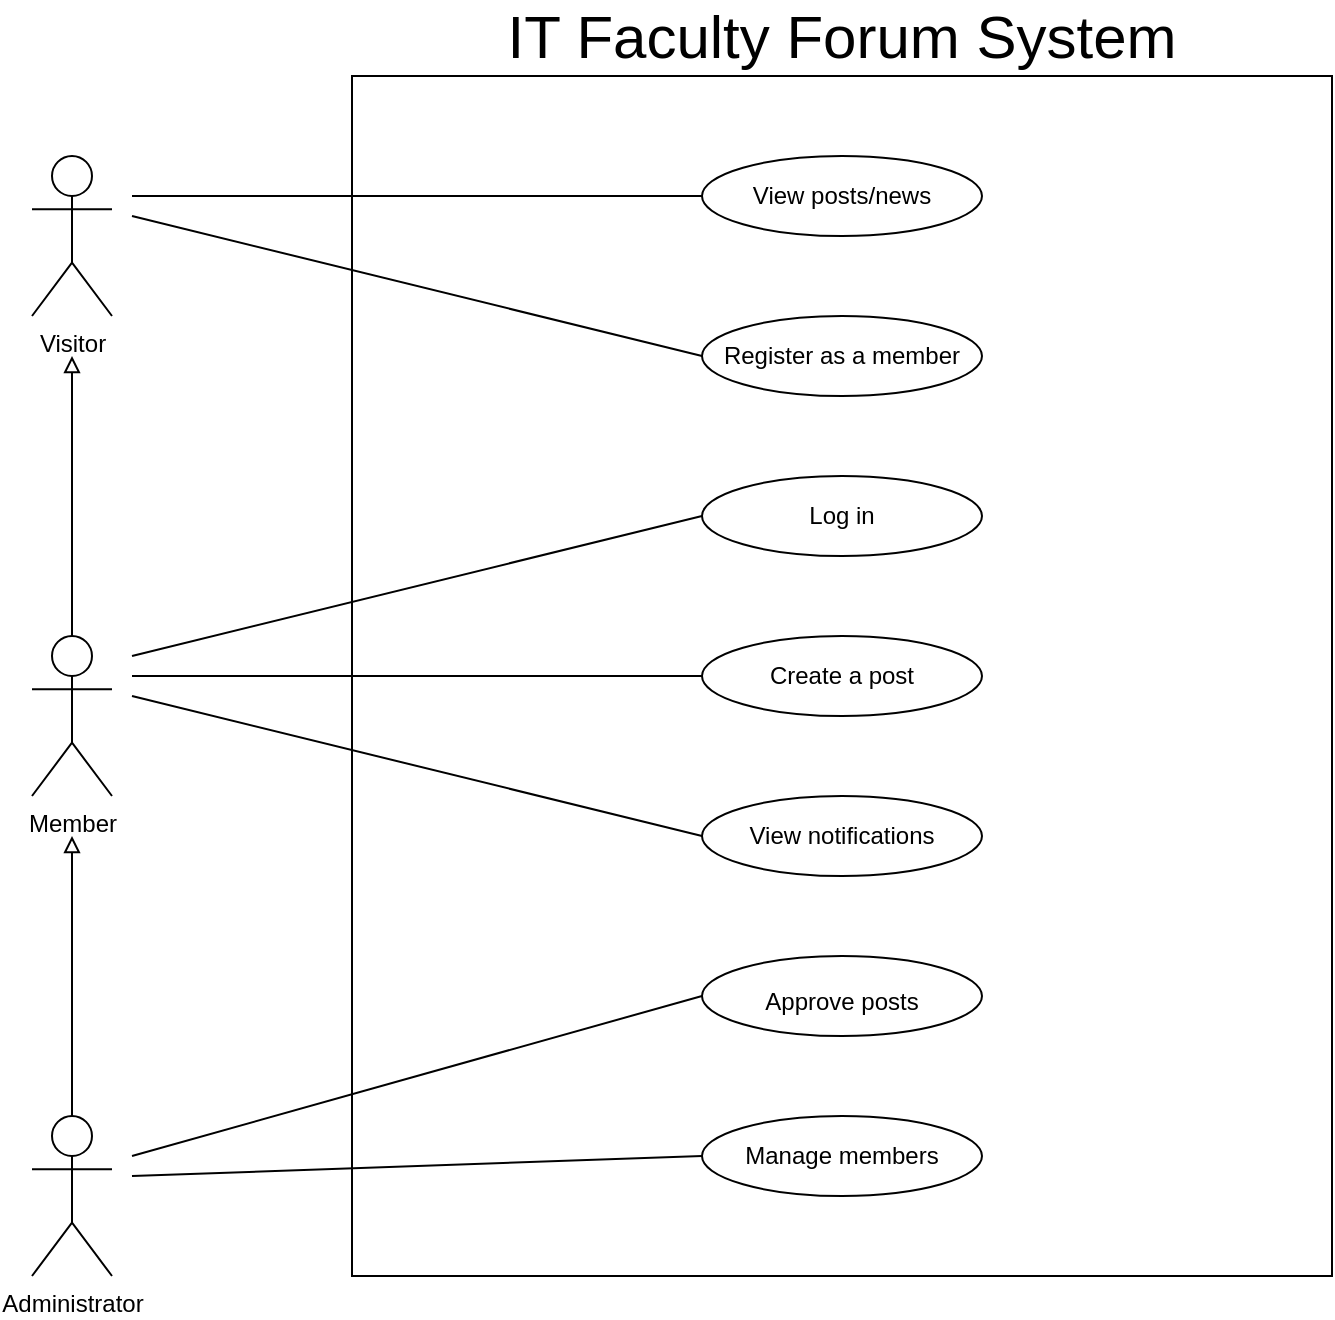
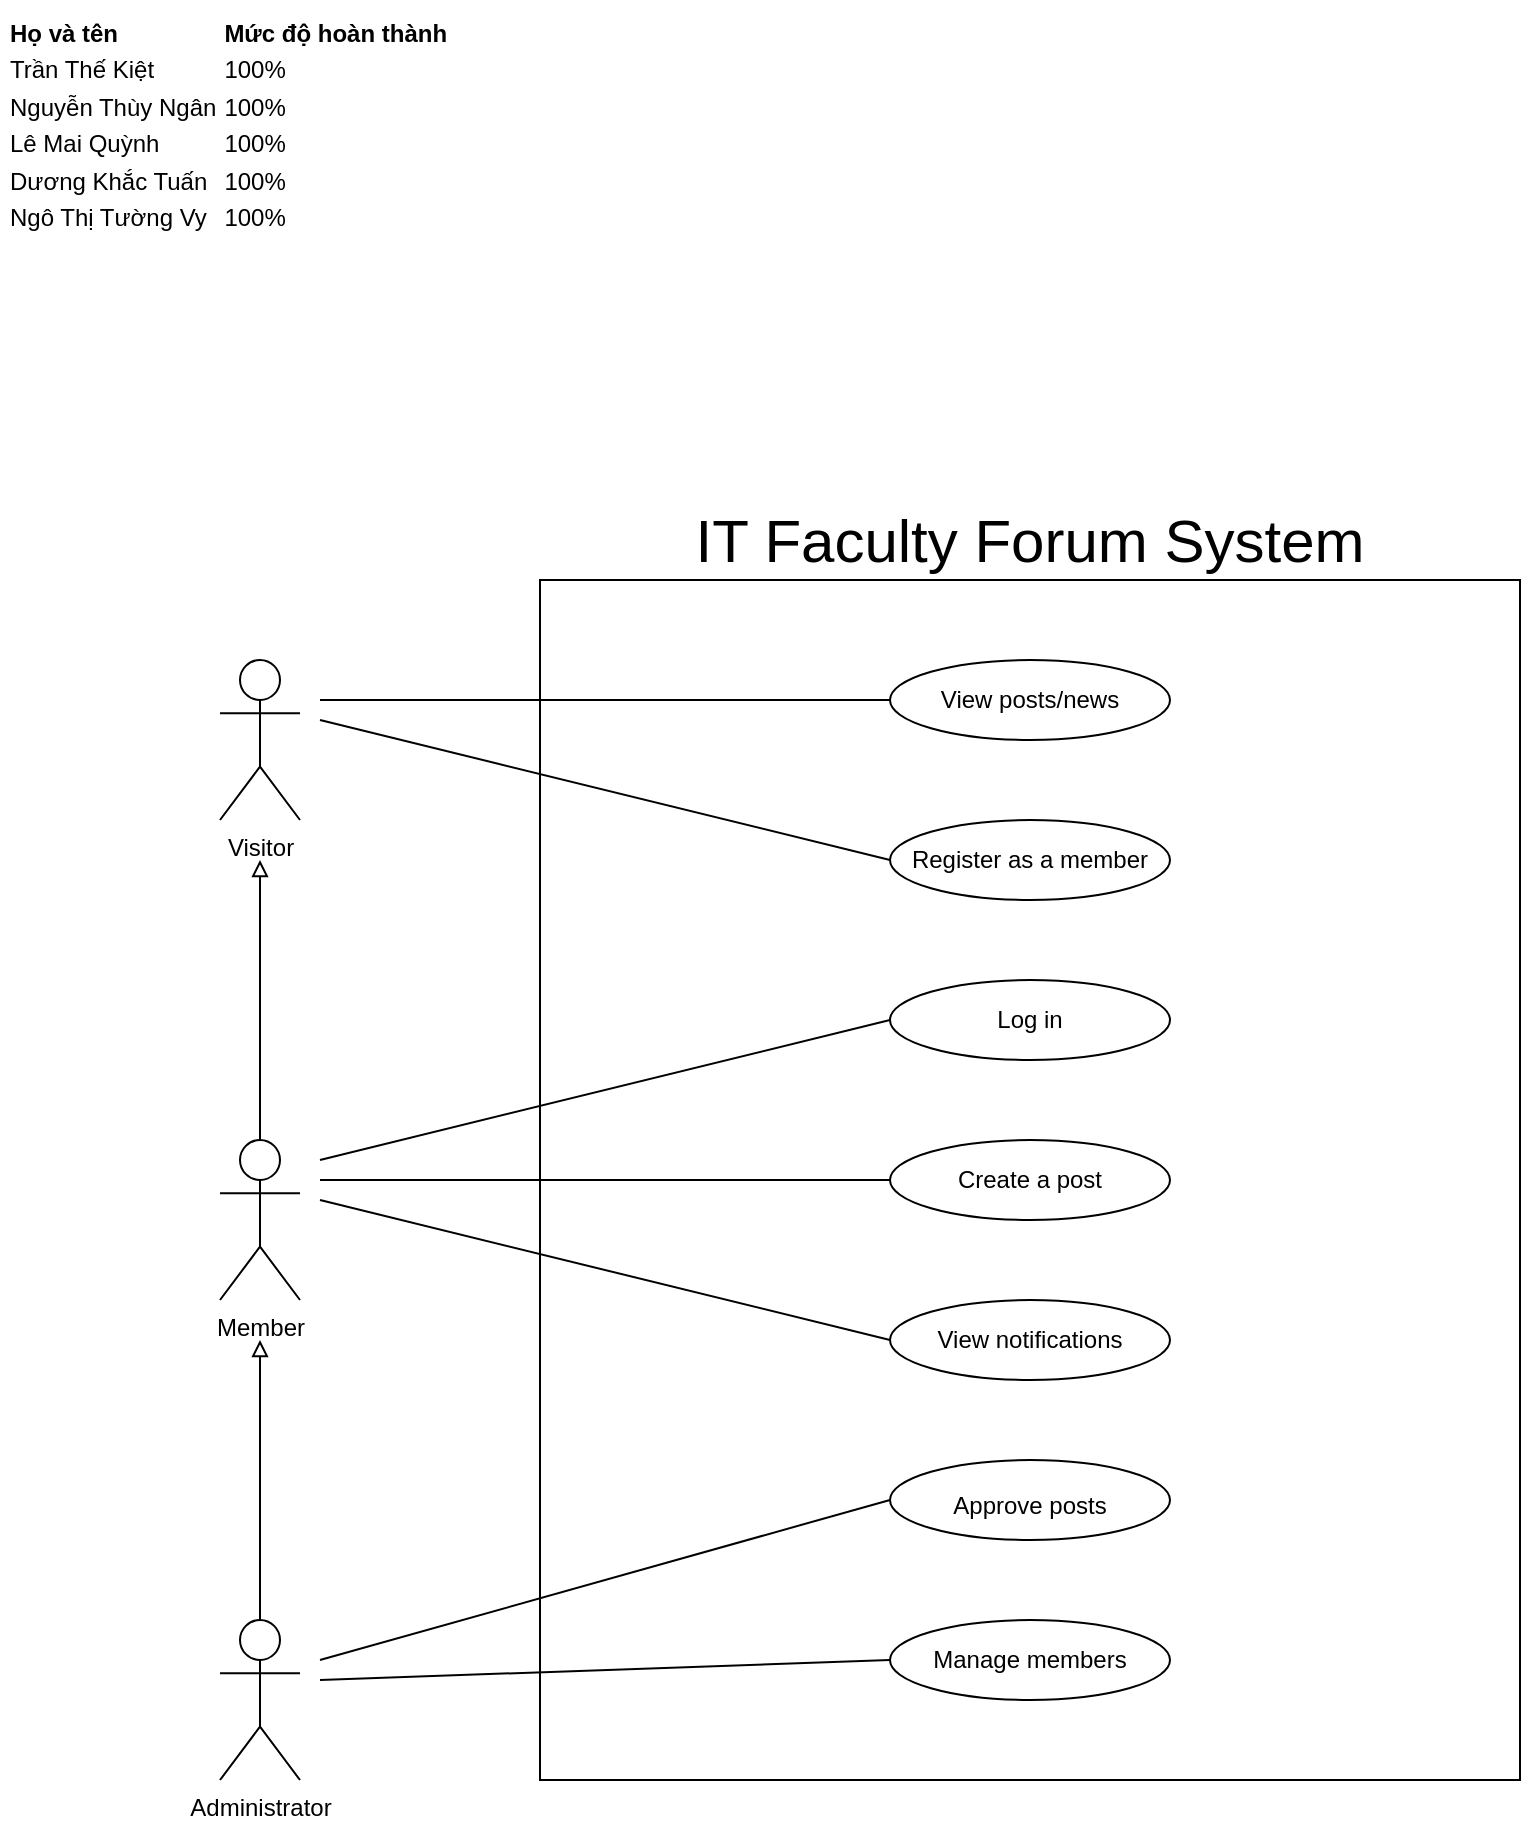
<mxfile host="app.diagrams.net" pages="3">
  <diagram name="UseCaseLevel1" id="R5SArAZ-sp13xk5E453y">
-     <mxGraphModel dx="1654" dy="918" grid="1" gridSize="10" guides="1" tooltips="1" connect="1" arrows="1" fold="1" page="1" pageScale="1" pageWidth="1169" pageHeight="1654" math="0" shadow="0">
+     <mxGraphModel dx="1406" dy="2434" grid="1" gridSize="10" guides="1" tooltips="1" connect="1" arrows="1" fold="1" page="1" pageScale="1" pageWidth="1169" pageHeight="1654" math="0" shadow="0">
      <root>
        <mxCell id="0" />
        <mxCell id="1" parent="0" />
        <mxCell id="h2pIs2B6fA9uW1FB1x-K-3" parent="1" style="rounded=0;whiteSpace=wrap;html=1;fillColor=none;" value="" vertex="1">
          <mxGeometry height="600" width="490" x="340" y="40" as="geometry" />
        </mxCell>
        <mxCell id="h2pIs2B6fA9uW1FB1x-K-4" parent="1" style="shape=umlActor;verticalLabelPosition=bottom;verticalAlign=top;html=1;" value="Visitor" vertex="1">
          <mxGeometry height="80" width="40" x="180" y="80" as="geometry" />
        </mxCell>
        <mxCell id="h2pIs2B6fA9uW1FB1x-K-9" edge="1" parent="1" source="h2pIs2B6fA9uW1FB1x-K-5" style="endArrow=block;endFill=0;">
          <mxGeometry relative="1" as="geometry">
            <mxPoint x="200" y="180" as="targetPoint" />
          </mxGeometry>
        </mxCell>
        <mxCell id="h2pIs2B6fA9uW1FB1x-K-5" parent="1" style="shape=umlActor;verticalLabelPosition=bottom;verticalAlign=top;html=1;" value="Member" vertex="1">
          <mxGeometry height="80" width="40" x="180" y="320" as="geometry" />
        </mxCell>
        <mxCell id="h2pIs2B6fA9uW1FB1x-K-8" edge="1" parent="1" source="h2pIs2B6fA9uW1FB1x-K-6" style="endArrow=block;endFill=0;">
          <mxGeometry relative="1" as="geometry">
            <mxPoint x="200" y="550" as="sourcePoint" />
            <mxPoint x="200" y="420" as="targetPoint" />
          </mxGeometry>
        </mxCell>
        <mxCell id="h2pIs2B6fA9uW1FB1x-K-6" parent="1" style="shape=umlActor;verticalLabelPosition=bottom;verticalAlign=top;html=1;" value="Administrator" vertex="1">
          <mxGeometry height="80" width="40" x="180" y="560" as="geometry" />
        </mxCell>
        <mxCell id="h2pIs2B6fA9uW1FB1x-K-10" parent="1" style="ellipse;whiteSpace=wrap;html=1;" value="View posts/news" vertex="1">
          <mxGeometry height="40" width="140" x="515" y="80" as="geometry" />
        </mxCell>
        <mxCell id="h2pIs2B6fA9uW1FB1x-K-11" parent="1" style="ellipse;whiteSpace=wrap;html=1;" value="Register as a member" vertex="1">
          <mxGeometry height="40" width="140" x="515" y="160" as="geometry" />
        </mxCell>
        <mxCell id="h2pIs2B6fA9uW1FB1x-K-12" parent="1" style="ellipse;whiteSpace=wrap;html=1;" value="Manage members" vertex="1">
          <mxGeometry height="40" width="140" x="515" y="560" as="geometry" />
        </mxCell>
        <mxCell id="h2pIs2B6fA9uW1FB1x-K-13" parent="1" style="ellipse;whiteSpace=wrap;html=1;" value="&lt;table&gt;&lt;tbody&gt;&lt;tr&gt;&lt;td data-start=&quot;483&quot; data-end=&quot;500&quot; data-col-size=&quot;sm&quot;&gt;&lt;/td&gt;&lt;/tr&gt;&lt;/tbody&gt;&lt;/table&gt;&lt;table&gt;&lt;tbody&gt;&lt;tr&gt;&lt;td data-start=&quot;500&quot; data-end=&quot;517&quot; data-col-size=&quot;sm&quot;&gt;Approve posts&lt;/td&gt;&lt;/tr&gt;&lt;/tbody&gt;&lt;/table&gt;" vertex="1">
          <mxGeometry height="40" width="140" x="515" y="480" as="geometry" />
        </mxCell>
        <mxCell id="h2pIs2B6fA9uW1FB1x-K-14" parent="1" style="ellipse;whiteSpace=wrap;html=1;" value="View notifications" vertex="1">
          <mxGeometry height="40" width="140" x="515" y="400" as="geometry" />
        </mxCell>
        <mxCell id="h2pIs2B6fA9uW1FB1x-K-15" parent="1" style="ellipse;whiteSpace=wrap;html=1;" value="Create a post" vertex="1">
          <mxGeometry height="40" width="140" x="515" y="320" as="geometry" />
        </mxCell>
        <mxCell id="h2pIs2B6fA9uW1FB1x-K-16" parent="1" style="ellipse;whiteSpace=wrap;html=1;" value="Log in" vertex="1">
          <mxGeometry height="40" width="140" x="515" y="240" as="geometry" />
        </mxCell>
        <mxCell id="h2pIs2B6fA9uW1FB1x-K-17" edge="1" parent="1" style="endArrow=none;html=1;rounded=0;entryX=0;entryY=0.5;entryDx=0;entryDy=0;" target="h2pIs2B6fA9uW1FB1x-K-10" value="">
          <mxGeometry height="50" relative="1" width="50" as="geometry">
            <mxPoint x="230" y="100" as="sourcePoint" />
            <mxPoint x="280" y="50" as="targetPoint" />
          </mxGeometry>
        </mxCell>
        <mxCell id="h2pIs2B6fA9uW1FB1x-K-18" edge="1" parent="1" style="endArrow=none;html=1;rounded=0;entryX=0;entryY=0.5;entryDx=0;entryDy=0;" target="h2pIs2B6fA9uW1FB1x-K-11" value="">
          <mxGeometry height="50" relative="1" width="50" as="geometry">
            <mxPoint x="230" y="110" as="sourcePoint" />
            <mxPoint x="380" y="140" as="targetPoint" />
          </mxGeometry>
        </mxCell>
        <mxCell id="h2pIs2B6fA9uW1FB1x-K-19" edge="1" parent="1" style="endArrow=none;html=1;rounded=0;entryX=0;entryY=0.5;entryDx=0;entryDy=0;" target="h2pIs2B6fA9uW1FB1x-K-16" value="">
          <mxGeometry height="50" relative="1" width="50" as="geometry">
            <mxPoint x="230" y="330" as="sourcePoint" />
            <mxPoint x="280" y="280" as="targetPoint" />
          </mxGeometry>
        </mxCell>
        <mxCell id="h2pIs2B6fA9uW1FB1x-K-20" edge="1" parent="1" style="endArrow=none;html=1;rounded=0;entryX=0;entryY=0.5;entryDx=0;entryDy=0;" target="h2pIs2B6fA9uW1FB1x-K-15" value="">
          <mxGeometry height="50" relative="1" width="50" as="geometry">
            <mxPoint x="230" y="340" as="sourcePoint" />
            <mxPoint x="400" y="430" as="targetPoint" />
          </mxGeometry>
        </mxCell>
        <mxCell id="h2pIs2B6fA9uW1FB1x-K-21" edge="1" parent="1" style="endArrow=none;html=1;rounded=0;entryX=0;entryY=0.5;entryDx=0;entryDy=0;" target="h2pIs2B6fA9uW1FB1x-K-14" value="">
          <mxGeometry height="50" relative="1" width="50" as="geometry">
            <mxPoint x="230" y="350" as="sourcePoint" />
            <mxPoint x="400" y="430" as="targetPoint" />
          </mxGeometry>
        </mxCell>
        <mxCell id="h2pIs2B6fA9uW1FB1x-K-22" edge="1" parent="1" style="endArrow=none;html=1;rounded=0;entryX=0;entryY=0.5;entryDx=0;entryDy=0;" target="h2pIs2B6fA9uW1FB1x-K-13" value="">
          <mxGeometry height="50" relative="1" width="50" as="geometry">
            <mxPoint x="230" y="580" as="sourcePoint" />
            <mxPoint x="470" y="480" as="targetPoint" />
          </mxGeometry>
        </mxCell>
        <mxCell id="h2pIs2B6fA9uW1FB1x-K-23" edge="1" parent="1" style="endArrow=none;html=1;rounded=0;entryX=0;entryY=0.5;entryDx=0;entryDy=0;" target="h2pIs2B6fA9uW1FB1x-K-12" value="">
          <mxGeometry height="50" relative="1" width="50" as="geometry">
            <mxPoint x="230" y="590" as="sourcePoint" />
            <mxPoint x="450" y="450" as="targetPoint" />
          </mxGeometry>
        </mxCell>
        <mxCell id="C04jKtBo_vdliFKvRf8y-1" parent="1" style="text;html=1;whiteSpace=wrap;strokeColor=none;fillColor=none;align=center;verticalAlign=middle;rounded=0;fontSize=30;" value="IT Faculty Forum System" vertex="1">
          <mxGeometry height="30" width="420" x="375" y="5" as="geometry" />
+         </mxCell>
+         <mxCell id="89xbub1j4bfNiErm5dUX-1" parent="1" style="text;whiteSpace=wrap;html=1;" value="&lt;table&gt;&lt;thead&gt;&lt;tr&gt;&lt;th&gt;Họ và tên&lt;/th&gt;&lt;th&gt;Mức độ hoàn thành&lt;/th&gt;&lt;/tr&gt;&lt;/thead&gt;&lt;tbody&gt;&lt;tr&gt;&lt;td&gt;Trần Thế Kiệt&lt;/td&gt;&lt;td&gt;100%&lt;/td&gt;&lt;/tr&gt;&lt;tr&gt;&lt;td&gt;Nguyễn Thùy Ngân&lt;/td&gt;&lt;td&gt;100%&lt;/td&gt;&lt;/tr&gt;&lt;tr&gt;&lt;td&gt;Lê Mai Quỳnh&lt;/td&gt;&lt;td&gt;100%&lt;/td&gt;&lt;/tr&gt;&lt;tr&gt;&lt;td&gt;Dương Khắc Tuấn&lt;/td&gt;&lt;td&gt;100%&lt;/td&gt;&lt;/tr&gt;&lt;tr&gt;&lt;td&gt;Ngô Thị Tường Vy&lt;/td&gt;&lt;td&gt;100%&lt;/td&gt;&lt;/tr&gt;&lt;/tbody&gt;&lt;/table&gt;" vertex="1">
+           <mxGeometry height="140" width="260" x="70" y="-250" as="geometry" />
        </mxCell>
      </root>
    </mxGraphModel>
  </diagram>
  <diagram id="GyQeJO6hl7p-9kbhmS7M" name="UseCaseLevel2-Thành viên">
    <mxGraphModel dx="1758" dy="2075" grid="1" gridSize="10" guides="1" tooltips="1" connect="1" arrows="1" fold="1" page="1" pageScale="1" pageWidth="850" pageHeight="1100" math="0" shadow="0">
      <root>
        <mxCell id="0" />
        <mxCell id="1" parent="0" />
        <mxCell id="actor" parent="1" style="shape=umlActor;verticalLabelPosition=bottom;verticalAlign=top;" value="Member" vertex="1">
          <mxGeometry height="100" width="50" x="60" y="280" as="geometry" />
        </mxCell>
        <mxCell id="uc_register" parent="1" style="ellipse;whiteSpace=wrap;html=1;" value="Register" vertex="1">
          <mxGeometry height="60" width="140" x="290" y="70" as="geometry" />
        </mxCell>
        <mxCell id="uc_login" parent="1" style="ellipse;whiteSpace=wrap;html=1;" value="Log in" vertex="1">
          <mxGeometry height="60" width="140" x="320" y="220" as="geometry" />
        </mxCell>
        <mxCell id="uc_post" parent="1" style="ellipse;whiteSpace=wrap;html=1;" value="Create a post" vertex="1">
          <mxGeometry height="60" width="140" x="320" y="380" as="geometry" />
        </mxCell>
        <mxCell id="uc_notify" parent="1" style="ellipse;whiteSpace=wrap;html=1;" value="View notifications" vertex="1">
          <mxGeometry height="60" width="180" x="320" y="590" as="geometry" />
        </mxCell>
        <mxCell id="uc_info" parent="1" style="ellipse;whiteSpace=wrap;html=1;" value="Enter information" vertex="1">
          <mxGeometry height="60" width="170" x="650" y="40" as="geometry" />
        </mxCell>
        <mxCell id="uc_validate" parent="1" style="ellipse;whiteSpace=wrap;html=1;" value="Validate information" vertex="1">
          <mxGeometry height="60" width="170" x="657" y="110" as="geometry" />
        </mxCell>
        <mxCell id="uc_create" parent="1" style="ellipse;whiteSpace=wrap;html=1;" value="Create account" vertex="1">
          <mxGeometry height="60" width="170" x="650" y="180" as="geometry" />
        </mxCell>
        <mxCell id="uc_inputlogin" parent="1" style="ellipse;whiteSpace=wrap;html=1;" value="Enter account credentials" vertex="1">
          <mxGeometry height="60" width="170" x="670" y="260" as="geometry" />
        </mxCell>
        <mxCell id="uc_auth" parent="1" style="ellipse;whiteSpace=wrap;html=1;" value="Authenticate account" vertex="1">
          <mxGeometry height="60" width="170" x="657" y="350" as="geometry" />
        </mxCell>
        <mxCell id="uc_write" parent="1" style="ellipse;whiteSpace=wrap;html=1;" value="Compose post" vertex="1">
          <mxGeometry height="60" width="180" x="790" y="390" as="geometry" />
        </mxCell>
        <mxCell id="uc_upload" parent="1" style="ellipse;whiteSpace=wrap;html=1;" value="Upload images" vertex="1">
          <mxGeometry height="60" width="180" x="790" y="460" as="geometry" />
        </mxCell>
        <mxCell id="uc_save" parent="1" style="ellipse;whiteSpace=wrap;html=1;" value="Save post" vertex="1">
          <mxGeometry height="60" width="180" x="690" y="530" as="geometry" />
        </mxCell>
        <mxCell id="uc_detailnotify" parent="1" style="ellipse;whiteSpace=wrap;html=1;" value="View notification details" vertex="1">
          <mxGeometry height="60" width="220" x="670" y="600" as="geometry" />
        </mxCell>
        <mxCell id="a1" edge="1" parent="1" source="actor" target="uc_register">
          <mxGeometry relative="1" as="geometry" />
        </mxCell>
        <mxCell id="a2" edge="1" parent="1" source="actor" target="uc_login">
          <mxGeometry relative="1" as="geometry" />
        </mxCell>
        <mxCell id="a3" edge="1" parent="1" source="actor" target="uc_post">
          <mxGeometry relative="1" as="geometry" />
        </mxCell>
        <mxCell id="a4" edge="1" parent="1" source="actor" target="uc_notify">
          <mxGeometry relative="1" as="geometry" />
        </mxCell>
        <mxCell id="i1" edge="1" parent="1" source="uc_register" style="dashed=1;endArrow=open;" target="uc_info" value="&lt;&lt;include&gt;&gt;">
          <mxGeometry relative="1" as="geometry" />
        </mxCell>
        <mxCell id="i2" edge="1" parent="1" source="uc_register" style="dashed=1;endArrow=open;" target="uc_validate" value="&lt;&lt;include&gt;&gt;">
          <mxGeometry relative="1" as="geometry" />
        </mxCell>
        <mxCell id="i3" edge="1" parent="1" source="uc_register" style="dashed=1;endArrow=open;" target="uc_create" value="&lt;&lt;include&gt;&gt;">
          <mxGeometry relative="1" as="geometry" />
        </mxCell>
        <mxCell id="i4" edge="1" parent="1" source="uc_login" style="dashed=1;endArrow=open;" target="uc_inputlogin" value="&lt;&lt;include&gt;&gt;">
          <mxGeometry relative="1" as="geometry" />
        </mxCell>
        <mxCell id="i5" edge="1" parent="1" source="uc_login" style="dashed=1;endArrow=open;" target="uc_auth" value="&lt;&lt;include&gt;&gt;">
          <mxGeometry relative="1" as="geometry" />
        </mxCell>
        <mxCell id="i6" edge="1" parent="1" source="uc_post" style="dashed=1;endArrow=open;" target="uc_write" value="&lt;&lt;include&gt;&gt;">
          <mxGeometry relative="1" as="geometry" />
        </mxCell>
        <mxCell id="i7" edge="1" parent="1" source="uc_post" style="dashed=1;endArrow=open;" target="uc_upload" value="&lt;&lt;include&gt;&gt;">
          <mxGeometry relative="1" as="geometry" />
        </mxCell>
        <mxCell id="i8" edge="1" parent="1" source="uc_post" style="dashed=1;endArrow=open;" target="uc_save" value="&lt;&lt;include&gt;&gt;">
          <mxGeometry relative="1" as="geometry" />
        </mxCell>
        <mxCell id="e1" edge="1" parent="1" source="uc_detailnotify" style="dashed=1;endArrow=open;" target="uc_notify" value="&lt;&lt;extend&gt;&gt;">
          <mxGeometry relative="1" as="geometry" />
        </mxCell>
        <mxCell id="G4jS8mM4TshF-VcKEbw7-3" parent="1" style="shape=swimlane;whiteSpace=wrap;html=1;startSize=30;bg opacity=0;strokeWidth=2;fontSize=14;fontStyle=1;align=center;" value="Forum System - Post Management" vertex="1">
          <mxGeometry height="690" width="770" x="230" y="-10" as="geometry" />
        </mxCell>
      </root>
    </mxGraphModel>
  </diagram>
  <diagram id="z6pwPU0jgT7hWzZQxbqI" name="UseCaseLevel2-Quản Trị Viên">
    <mxGraphModel dx="1406" dy="-389" grid="1" gridSize="10" guides="1" tooltips="1" connect="1" arrows="1" fold="1" page="1" pageScale="1" pageWidth="827" pageHeight="1169" math="0" shadow="0">
      <root>
        <mxCell id="0" />
        <mxCell id="1" parent="0" />
        <mxCell id="K5wDziJRcuBpRpGTvvNH-1" parent="1" style="shape=umlActor;verticalLabelPosition=bottom;verticalAlign=top;html=1;outlineConnect=0;" value="Administrator" vertex="1">
          <mxGeometry height="80" width="40" x="120" y="1450" as="geometry" />
        </mxCell>
        <mxCell id="K5wDziJRcuBpRpGTvvNH-2" parent="1" style="swimlane;whiteSpace=wrap;html=1;fillColor=#F8FFCC;" value="ADMINISTRATOR - POST APPROVAL" vertex="1">
          <mxGeometry height="520" width="440" x="200" y="1200" as="geometry" />
        </mxCell>
        <mxCell id="K5wDziJRcuBpRpGTvvNH-3" parent="K5wDziJRcuBpRpGTvvNH-2" style="ellipse;whiteSpace=wrap;html=1;" value="Log in" vertex="1">
          <mxGeometry height="70" width="120" x="60" y="80" as="geometry" />
        </mxCell>
        <mxCell id="K5wDziJRcuBpRpGTvvNH-4" parent="K5wDziJRcuBpRpGTvvNH-2" style="ellipse;whiteSpace=wrap;html=1;" value="Approve posts" vertex="1">
          <mxGeometry height="70" width="120" x="60" y="262" as="geometry" />
        </mxCell>
        <mxCell id="K5wDziJRcuBpRpGTvvNH-5" parent="K5wDziJRcuBpRpGTvvNH-2" style="ellipse;whiteSpace=wrap;html=1;" value="Accept post" vertex="1">
          <mxGeometry height="70" width="120" x="267" y="179" as="geometry" />
        </mxCell>
        <mxCell id="K5wDziJRcuBpRpGTvvNH-6" parent="K5wDziJRcuBpRpGTvvNH-2" style="ellipse;whiteSpace=wrap;html=1;" value="Reject post" vertex="1">
          <mxGeometry height="70" width="120" x="267" y="306" as="geometry" />
        </mxCell>
        <mxCell id="K5wDziJRcuBpRpGTvvNH-7" edge="1" parent="K5wDziJRcuBpRpGTvvNH-2" source="K5wDziJRcuBpRpGTvvNH-4" style="endArrow=classic;html=1;rounded=0;dashed=1;entryX=0.5;entryY=1;entryDx=0;entryDy=0;exitX=0.5;exitY=0;exitDx=0;exitDy=0;" target="K5wDziJRcuBpRpGTvvNH-3" value="">
          <mxGeometry relative="1" as="geometry">
            <mxPoint x="140" y="196" as="sourcePoint" />
            <mxPoint x="240" y="196" as="targetPoint" />
          </mxGeometry>
        </mxCell>
        <mxCell id="K5wDziJRcuBpRpGTvvNH-8" connectable="0" parent="K5wDziJRcuBpRpGTvvNH-7" style="edgeLabel;resizable=0;html=1;;align=center;verticalAlign=middle;" value="include" vertex="1">
          <mxGeometry relative="1" as="geometry" />
        </mxCell>
        <mxCell id="K5wDziJRcuBpRpGTvvNH-9" parent="K5wDziJRcuBpRpGTvvNH-2" style="ellipse;whiteSpace=wrap;html=1;" value="Enter rejection reason" vertex="1">
          <mxGeometry height="70" width="120" x="160" y="410" as="geometry" />
        </mxCell>
        <mxCell id="K5wDziJRcuBpRpGTvvNH-10" edge="1" parent="K5wDziJRcuBpRpGTvvNH-2" source="K5wDziJRcuBpRpGTvvNH-5" style="endArrow=classic;html=1;rounded=0;dashed=1;entryX=1;entryY=0;entryDx=0;entryDy=0;exitX=0;exitY=0.5;exitDx=0;exitDy=0;" target="K5wDziJRcuBpRpGTvvNH-4" value="">
          <mxGeometry relative="1" as="geometry">
            <mxPoint x="253" y="352" as="sourcePoint" />
            <mxPoint x="253" y="240" as="targetPoint" />
          </mxGeometry>
        </mxCell>
        <mxCell id="K5wDziJRcuBpRpGTvvNH-11" connectable="0" parent="K5wDziJRcuBpRpGTvvNH-10" style="edgeLabel;resizable=0;html=1;;align=center;verticalAlign=middle;" value="extend" vertex="1">
          <mxGeometry relative="1" as="geometry" />
        </mxCell>
        <mxCell id="K5wDziJRcuBpRpGTvvNH-12" edge="1" parent="K5wDziJRcuBpRpGTvvNH-2" source="K5wDziJRcuBpRpGTvvNH-6" style="endArrow=classic;html=1;rounded=0;dashed=1;entryX=1;entryY=1;entryDx=0;entryDy=0;exitX=0;exitY=0.5;exitDx=0;exitDy=0;" target="K5wDziJRcuBpRpGTvvNH-4" value="">
          <mxGeometry relative="1" as="geometry">
            <mxPoint x="355" y="305" as="sourcePoint" />
            <mxPoint x="251" y="363" as="targetPoint" />
          </mxGeometry>
        </mxCell>
        <mxCell id="K5wDziJRcuBpRpGTvvNH-13" connectable="0" parent="K5wDziJRcuBpRpGTvvNH-12" style="edgeLabel;resizable=0;html=1;;align=center;verticalAlign=middle;" value="extend" vertex="1">
          <mxGeometry relative="1" as="geometry" />
        </mxCell>
        <mxCell id="K5wDziJRcuBpRpGTvvNH-14" edge="1" parent="K5wDziJRcuBpRpGTvvNH-2" source="K5wDziJRcuBpRpGTvvNH-6" style="endArrow=classic;html=1;rounded=0;dashed=1;entryX=1;entryY=0;entryDx=0;entryDy=0;exitX=0.227;exitY=0.941;exitDx=0;exitDy=0;exitPerimeter=0;" target="K5wDziJRcuBpRpGTvvNH-9" value="">
          <mxGeometry relative="1" as="geometry">
            <mxPoint x="306" y="509" as="sourcePoint" />
            <mxPoint x="306" y="397" as="targetPoint" />
          </mxGeometry>
        </mxCell>
        <mxCell id="K5wDziJRcuBpRpGTvvNH-15" connectable="0" parent="K5wDziJRcuBpRpGTvvNH-14" style="edgeLabel;resizable=0;html=1;;align=center;verticalAlign=middle;" value="include" vertex="1">
          <mxGeometry relative="1" as="geometry" />
        </mxCell>
        <mxCell id="K5wDziJRcuBpRpGTvvNH-16" edge="1" parent="1" style="endArrow=classic;html=1;rounded=0;entryX=0;entryY=1;entryDx=0;entryDy=0;" target="K5wDziJRcuBpRpGTvvNH-3" value="">
          <mxGeometry height="50" relative="1" width="50" as="geometry">
            <mxPoint x="170" y="1470" as="sourcePoint" />
            <mxPoint x="360" y="1440" as="targetPoint" />
          </mxGeometry>
        </mxCell>
        <mxCell id="K5wDziJRcuBpRpGTvvNH-17" edge="1" parent="1" style="endArrow=classic;html=1;rounded=0;entryX=0;entryY=0.5;entryDx=0;entryDy=0;" target="K5wDziJRcuBpRpGTvvNH-4" value="">
          <mxGeometry height="50" relative="1" width="50" as="geometry">
            <mxPoint x="170" y="1480" as="sourcePoint" />
            <mxPoint x="421" y="1413" as="targetPoint" />
          </mxGeometry>
        </mxCell>
        <mxCell id="ivUSVhTw4Toc05XPHIlE-1" parent="1" style="swimlane;whiteSpace=wrap;html=1;fillColor=#F8FFCC;" value="ADMINISTRATOR - MEMBER MANAGEMENT" vertex="1">
          <mxGeometry height="540" width="440" x="200" y="1760" as="geometry">
            <mxRectangle height="30" width="270" x="925" y="1680" as="alternateBounds" />
          </mxGeometry>
        </mxCell>
        <mxCell id="ivUSVhTw4Toc05XPHIlE-2" parent="ivUSVhTw4Toc05XPHIlE-1" style="ellipse;whiteSpace=wrap;html=1;" value="Log in" vertex="1">
          <mxGeometry height="70" width="120" x="60" y="80" as="geometry" />
        </mxCell>
        <mxCell id="ivUSVhTw4Toc05XPHIlE-3" parent="ivUSVhTw4Toc05XPHIlE-1" style="ellipse;whiteSpace=wrap;html=1;" value="Manage members" vertex="1">
          <mxGeometry height="70" width="120" x="60" y="262" as="geometry" />
        </mxCell>
        <mxCell id="ivUSVhTw4Toc05XPHIlE-4" parent="ivUSVhTw4Toc05XPHIlE-1" style="ellipse;whiteSpace=wrap;html=1;" value="Update member information" vertex="1">
          <mxGeometry height="70" width="120" x="267" y="201.5" as="geometry" />
        </mxCell>
        <mxCell id="ivUSVhTw4Toc05XPHIlE-5" parent="ivUSVhTw4Toc05XPHIlE-1" style="ellipse;whiteSpace=wrap;html=1;" value="Approve member registration" vertex="1">
          <mxGeometry height="70" width="120" x="267" y="306" as="geometry" />
        </mxCell>
        <mxCell id="ivUSVhTw4Toc05XPHIlE-6" edge="1" parent="ivUSVhTw4Toc05XPHIlE-1" source="ivUSVhTw4Toc05XPHIlE-3" style="endArrow=classic;html=1;rounded=0;dashed=1;entryX=0.5;entryY=1;entryDx=0;entryDy=0;exitX=0.5;exitY=0;exitDx=0;exitDy=0;" target="ivUSVhTw4Toc05XPHIlE-2" value="">
          <mxGeometry relative="1" as="geometry">
            <mxPoint x="140" y="196" as="sourcePoint" />
            <mxPoint x="240" y="196" as="targetPoint" />
          </mxGeometry>
        </mxCell>
        <mxCell id="ivUSVhTw4Toc05XPHIlE-7" connectable="0" parent="ivUSVhTw4Toc05XPHIlE-6" style="edgeLabel;resizable=0;html=1;;align=center;verticalAlign=middle;" value="include" vertex="1">
          <mxGeometry relative="1" as="geometry" />
        </mxCell>
        <mxCell id="ivUSVhTw4Toc05XPHIlE-8" parent="ivUSVhTw4Toc05XPHIlE-1" style="ellipse;whiteSpace=wrap;html=1;" value="Accept registration" vertex="1">
          <mxGeometry height="61.5" width="120" x="290" y="435.5" as="geometry" />
        </mxCell>
        <mxCell id="ivUSVhTw4Toc05XPHIlE-9" edge="1" parent="ivUSVhTw4Toc05XPHIlE-1" source="ivUSVhTw4Toc05XPHIlE-3" style="endArrow=classic;html=1;rounded=0;dashed=1;exitX=1;exitY=1;exitDx=0;exitDy=0;entryX=0;entryY=0.5;entryDx=0;entryDy=0;" target="ivUSVhTw4Toc05XPHIlE-5" value="">
          <mxGeometry relative="1" as="geometry">
            <mxPoint x="306" y="509" as="sourcePoint" />
            <mxPoint x="201" y="377.5" as="targetPoint" />
          </mxGeometry>
        </mxCell>
        <mxCell id="ivUSVhTw4Toc05XPHIlE-10" connectable="0" parent="ivUSVhTw4Toc05XPHIlE-9" style="edgeLabel;resizable=0;html=1;;align=center;verticalAlign=middle;" value="include" vertex="1">
          <mxGeometry relative="1" as="geometry" />
        </mxCell>
        <mxCell id="ivUSVhTw4Toc05XPHIlE-11" parent="ivUSVhTw4Toc05XPHIlE-1" style="ellipse;whiteSpace=wrap;html=1;" value="&lt;div&gt;Delete member&lt;/div&gt;" vertex="1">
          <mxGeometry height="70" width="120" x="267" y="93.5" as="geometry" />
        </mxCell>
        <mxCell id="ivUSVhTw4Toc05XPHIlE-12" edge="1" parent="ivUSVhTw4Toc05XPHIlE-1" source="ivUSVhTw4Toc05XPHIlE-3" style="endArrow=classic;html=1;rounded=0;dashed=1;entryX=0.026;entryY=0.646;entryDx=0;entryDy=0;exitX=0.719;exitY=0.052;exitDx=0;exitDy=0;exitPerimeter=0;entryPerimeter=0;" target="ivUSVhTw4Toc05XPHIlE-11" value="">
          <mxGeometry relative="1" as="geometry">
            <mxPoint x="252" y="171.5" as="sourcePoint" />
            <mxPoint x="220" y="219.5" as="targetPoint" />
          </mxGeometry>
        </mxCell>
        <mxCell id="ivUSVhTw4Toc05XPHIlE-13" connectable="0" parent="ivUSVhTw4Toc05XPHIlE-12" style="edgeLabel;resizable=0;html=1;;align=center;verticalAlign=middle;" value="include" vertex="1">
          <mxGeometry relative="1" as="geometry" />
        </mxCell>
        <mxCell id="ivUSVhTw4Toc05XPHIlE-14" edge="1" parent="ivUSVhTw4Toc05XPHIlE-1" source="ivUSVhTw4Toc05XPHIlE-3" style="endArrow=classic;html=1;rounded=0;dashed=1;entryX=0.004;entryY=0.599;entryDx=0;entryDy=0;entryPerimeter=0;exitX=0.963;exitY=0.292;exitDx=0;exitDy=0;exitPerimeter=0;" target="ivUSVhTw4Toc05XPHIlE-4" value="">
          <mxGeometry relative="1" as="geometry">
            <mxPoint x="194" y="269.5" as="sourcePoint" />
            <mxPoint x="227" y="305.5" as="targetPoint" />
          </mxGeometry>
        </mxCell>
        <mxCell id="ivUSVhTw4Toc05XPHIlE-15" connectable="0" parent="ivUSVhTw4Toc05XPHIlE-14" style="edgeLabel;resizable=0;html=1;;align=center;verticalAlign=middle;" value="include" vertex="1">
          <mxGeometry relative="1" as="geometry" />
        </mxCell>
        <mxCell id="ivUSVhTw4Toc05XPHIlE-16" edge="1" parent="ivUSVhTw4Toc05XPHIlE-1" source="ivUSVhTw4Toc05XPHIlE-8" style="endArrow=classic;html=1;rounded=0;dashed=1;entryX=0.605;entryY=0.984;entryDx=0;entryDy=0;entryPerimeter=0;exitX=0.5;exitY=0;exitDx=0;exitDy=0;" target="ivUSVhTw4Toc05XPHIlE-5" value="">
          <mxGeometry relative="1" as="geometry">
            <mxPoint x="363" y="435.5" as="sourcePoint" />
            <mxPoint x="351" y="402.5" as="targetPoint" />
          </mxGeometry>
        </mxCell>
        <mxCell id="ivUSVhTw4Toc05XPHIlE-17" connectable="0" parent="ivUSVhTw4Toc05XPHIlE-16" style="edgeLabel;resizable=0;html=1;;align=center;verticalAlign=middle;" value="extend" vertex="1">
          <mxGeometry relative="1" as="geometry" />
        </mxCell>
        <mxCell id="ivUSVhTw4Toc05XPHIlE-18" parent="ivUSVhTw4Toc05XPHIlE-1" style="ellipse;whiteSpace=wrap;html=1;" value="Reject registration" vertex="1">
          <mxGeometry height="58.5" width="120" x="139" y="423.5" as="geometry" />
        </mxCell>
        <mxCell id="ivUSVhTw4Toc05XPHIlE-19" edge="1" parent="ivUSVhTw4Toc05XPHIlE-1" source="ivUSVhTw4Toc05XPHIlE-18" style="endArrow=classic;html=1;rounded=0;dashed=1;entryX=0;entryY=1;entryDx=0;entryDy=0;exitX=0.5;exitY=0;exitDx=0;exitDy=0;" target="ivUSVhTw4Toc05XPHIlE-5" value="">
          <mxGeometry relative="1" as="geometry">
            <mxPoint x="232" y="435.5" as="sourcePoint" />
            <mxPoint x="204" y="390.5" as="targetPoint" />
          </mxGeometry>
        </mxCell>
        <mxCell id="ivUSVhTw4Toc05XPHIlE-20" connectable="0" parent="ivUSVhTw4Toc05XPHIlE-19" style="edgeLabel;resizable=0;html=1;;align=center;verticalAlign=middle;" value="extend" vertex="1">
          <mxGeometry relative="1" as="geometry" />
        </mxCell>
        <mxCell id="ivUSVhTw4Toc05XPHIlE-21" parent="1" style="shape=umlActor;verticalLabelPosition=bottom;verticalAlign=top;html=1;outlineConnect=0;" value="Administrator" vertex="1">
          <mxGeometry height="80" width="40" x="120" y="2020" as="geometry" />
        </mxCell>
        <mxCell id="ivUSVhTw4Toc05XPHIlE-22" edge="1" parent="1" style="endArrow=classic;html=1;rounded=0;entryX=0;entryY=0.5;entryDx=0;entryDy=0;" target="ivUSVhTw4Toc05XPHIlE-2" value="">
          <mxGeometry height="50" relative="1" width="50" as="geometry">
            <mxPoint x="170" y="2040" as="sourcePoint" />
            <mxPoint x="334" y="2072" as="targetPoint" />
          </mxGeometry>
        </mxCell>
        <mxCell id="ivUSVhTw4Toc05XPHIlE-23" edge="1" parent="1" style="endArrow=classic;html=1;rounded=0;entryX=0;entryY=0.5;entryDx=0;entryDy=0;" target="ivUSVhTw4Toc05XPHIlE-3" value="">
          <mxGeometry height="50" relative="1" width="50" as="geometry">
            <mxPoint x="170" y="2050" as="sourcePoint" />
            <mxPoint x="345" y="2129" as="targetPoint" />
          </mxGeometry>
        </mxCell>
      </root>
    </mxGraphModel>
  </diagram>
</mxfile>
